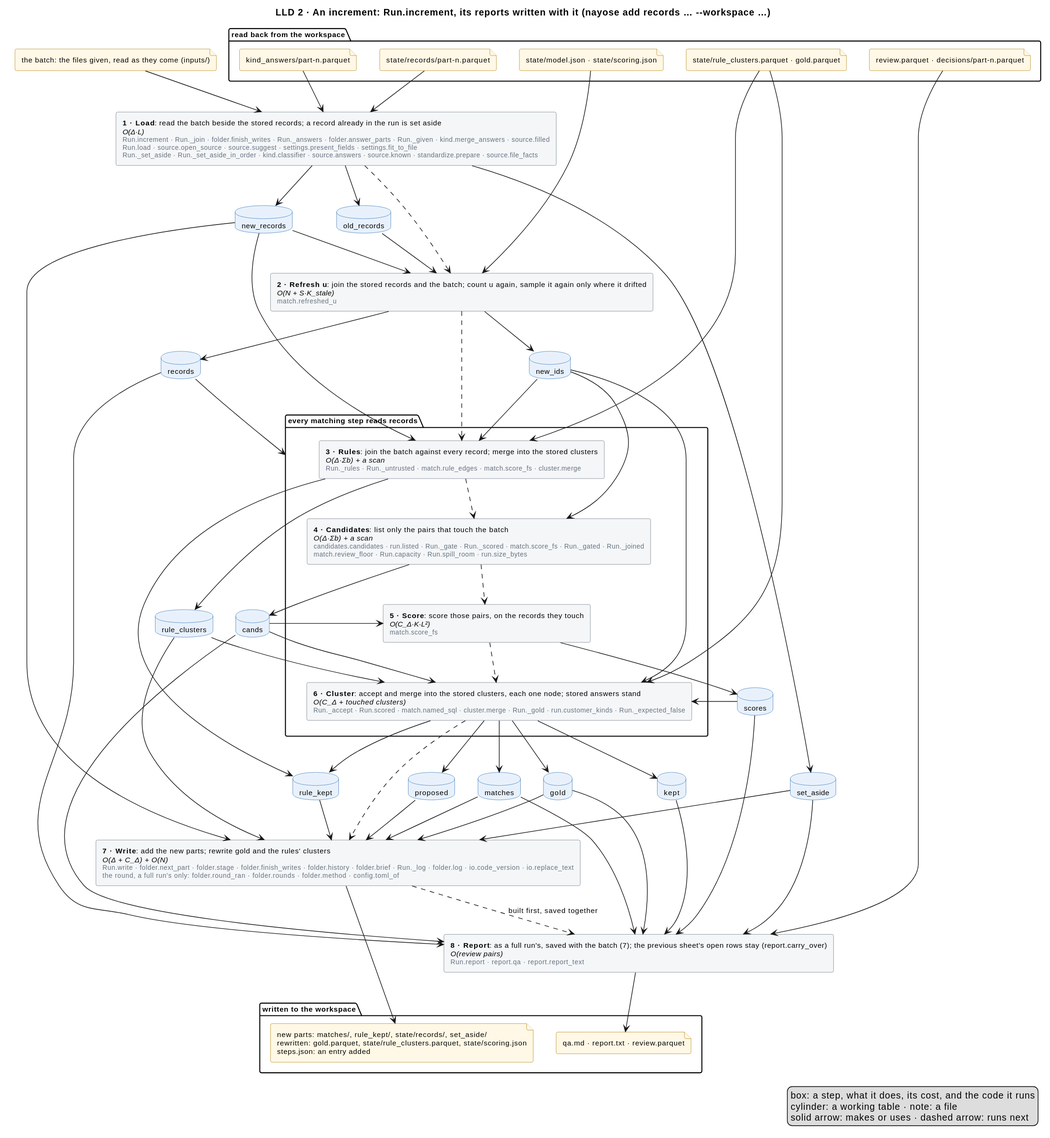
This is docs/diagrams/increment.svg from mvsbm/entity_matching, a PlantUML export, as it was before one commit.
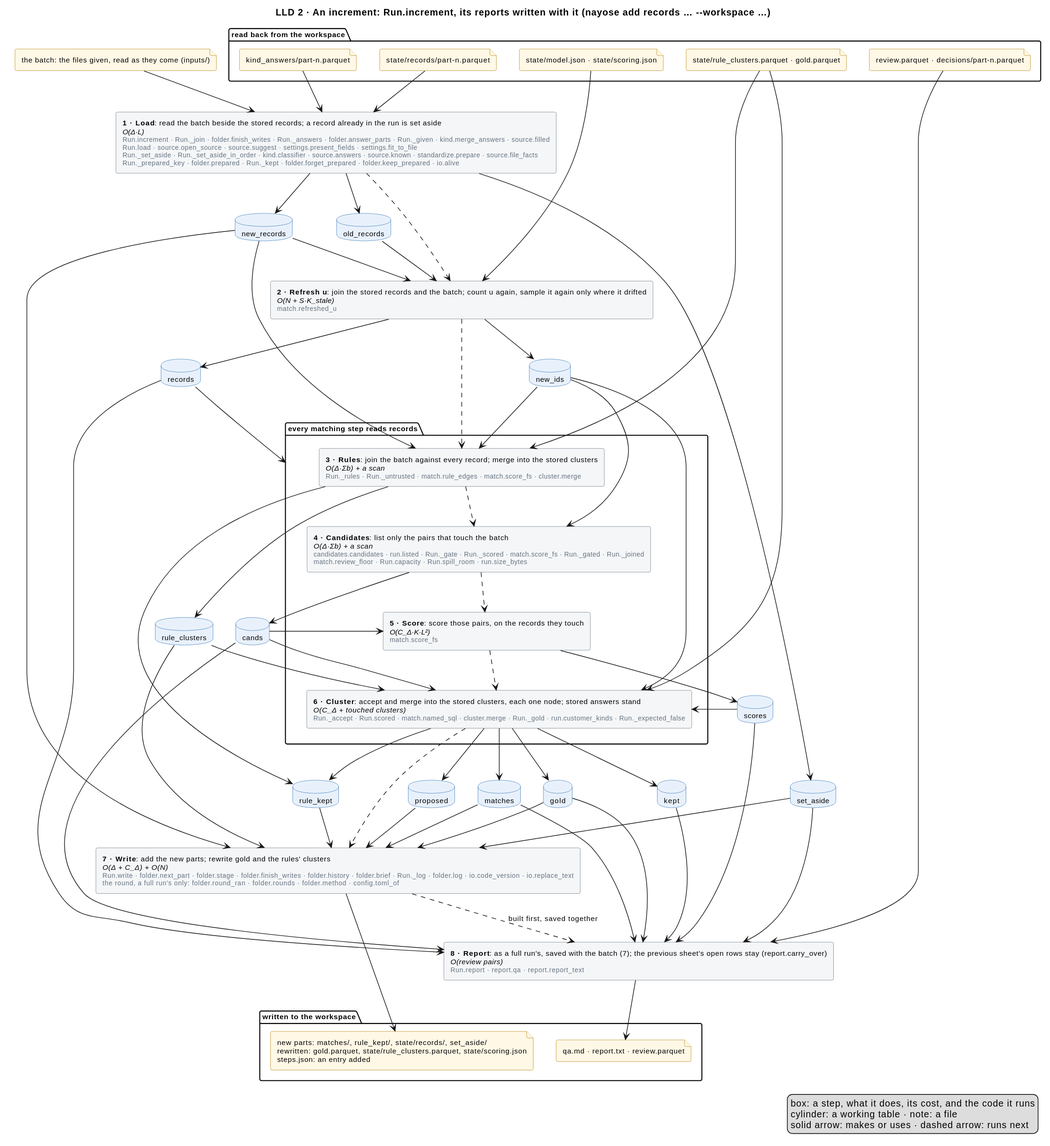
The same file after the commit.

The edit, as a diff of the source:
```diff
@@ -24,7 +24,7 @@
 file "the batch: the files given, read as they come (inputs/)" as f_batch
 
 
-rectangle "<b>1 · Load</b>: read the batch beside the stored records; a record already in the run is set aside\n<i>O(Δ·L)</i>\n<size:10><color:#65717E>Run.increment · Run._join · folder.finish_writes · Run._answers · folder.answer_parts · Run._given · kind.merge_answers · source.filled</color></size>\n<size:10><color:#65717E>Run.load · source.open_source · source.suggest · settings.present_fields · settings.fit_to_file</color></size>\n<size:10><color:#65717E>Run._set_aside · Run._set_aside_in_order · kind.classifier · source.answers · source.known · standardize.prepare · source.file_facts</color></size>" as load
+rectangle "<b>1 · Load</b>: read the batch beside the stored records; a record already in the run is set aside\n<i>O(Δ·L)</i>\n<size:10><color:#65717E>Run.increment · Run._join · folder.finish_writes · Run._answers · folder.answer_parts · Run._given · kind.merge_answers · source.filled</color></size>\n<size:10><color:#65717E>Run.load · source.open_source · source.suggest · settings.present_fields · settings.fit_to_file</color></size>\n<size:10><color:#65717E>Run._set_aside · Run._set_aside_in_order · kind.classifier · source.answers · source.known · standardize.prepare · source.file_facts</color></size>\n<size:10><color:#65717E>Run._prepared_key · folder.prepared · Run._kept · folder.forget_prepared · folder.keep_prepared · io.alive</color></size>" as load
 rectangle "<b>2 · Refresh u</b>: join the stored records and the batch; count u again, sample it again only where it drifted\n<i>O(N + S·K_stale)</i>\n<size:10><color:#65717E>match.refreshed_u</color></size>" as fit
 package "every matching step reads records" as matching {
   rectangle "<b>3 · Rules</b>: join the batch against every record; merge into the stored clusters\n<i>O(Δ·Σb) + a scan</i>\n<size:10><color:#65717E>Run._rules · Run._untrusted · match.rule_edges · match.score_fs · cluster.merge</color></size>" as rules
```
